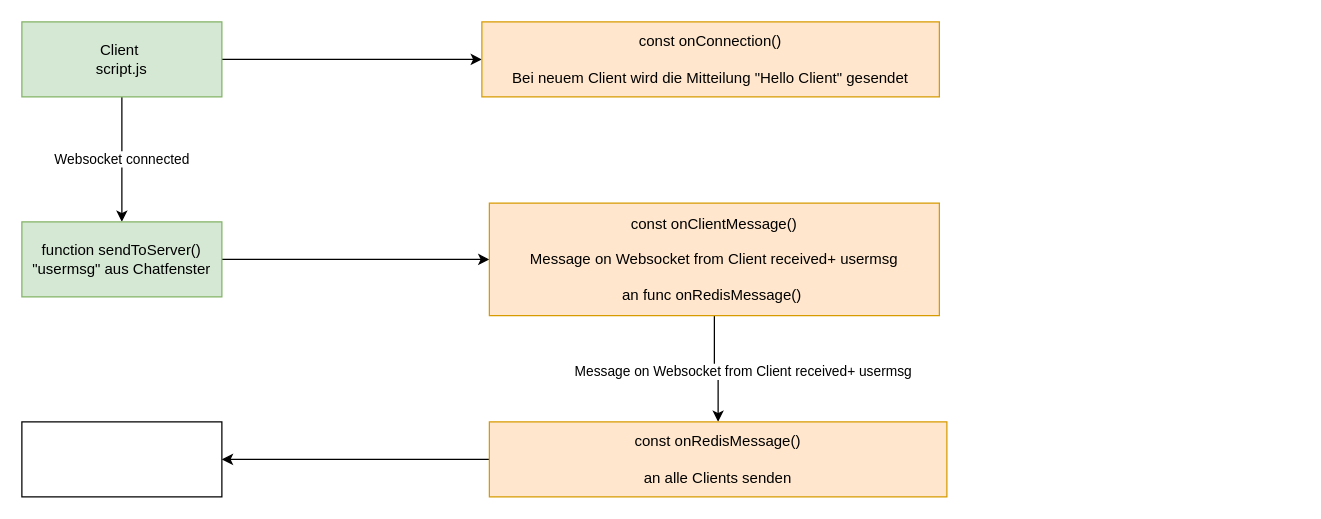
This is Prinzipschema.drawio from Chris-Ke-6/57_chat_app, a draw.io file, before an edit. Source tidied: cells renumbered, new cells numbered last; positions are measured from the earlier drawing's top-left corner, leaving out a move shared by most shapes. Both pictures are drawn from the tidied source at 125%, with x=0, y=0 at pixel (21, 21).
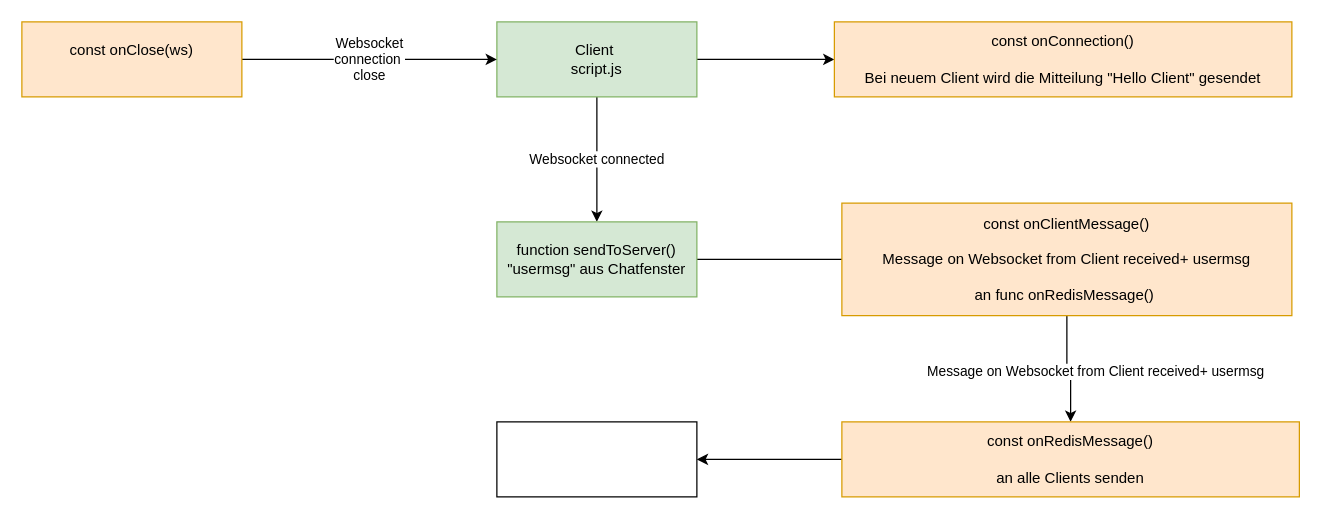
Above is the later version.

The edit, as a diff of the source:
```diff
@@
 <mxGraphModel>
   <root>
     <mxCell id="0" />
     <mxCell id="1" parent="0" />
     <mxCell id="2" value="Websocket connected" style="edgeStyle=orthogonalEdgeStyle;rounded=0;jettySize=auto;html=1;entryX=0.5;entryY=0;entryDx=0;entryDy=0;" parent="1" edge="1" source="4" target="6">
       <mxGeometry relative="1" as="geometry" />
     </mxCell>
     <mxCell id="3" style="edgeStyle=orthogonalEdgeStyle;rounded=0;jettySize=auto;html=1;" parent="1" edge="1" source="4" target="12">
       <mxGeometry relative="1" as="geometry" />
     </mxCell>
     <mxCell id="4" value="Client&amp;nbsp;&lt;br&gt;script.js" style="rounded=0;whiteSpace=wrap;html=1;fillColor=#d5e8d4;strokeColor=#82b366;" parent="1" vertex="1">
-      <mxGeometry width="160" height="60" as="geometry" />
+      <mxGeometry x="380" width="160" height="60" as="geometry" />
     </mxCell>
     <mxCell id="5" style="edgeStyle=orthogonalEdgeStyle;rounded=0;jettySize=auto;html=1;exitX=1;exitY=0.5;exitDx=0;exitDy=0;entryX=0;entryY=0.5;entryDx=0;entryDy=0;" parent="1" edge="1" source="6" target="8">
       <mxGeometry relative="1" as="geometry">
         <Array as="points">
-          <mxPoint x="320" y="190" />
-          <mxPoint x="320" y="190" />
+          <mxPoint x="700" y="190" />
+          <mxPoint x="700" y="190" />
         </Array>
       </mxGeometry>
     </mxCell>
     <mxCell id="6" value="function sendToServer()&lt;br&gt;&quot;usermsg&quot; aus Chatfenster" style="rounded=0;whiteSpace=wrap;html=1;fillColor=#d5e8d4;strokeColor=#82b366;" parent="1" vertex="1">
-      <mxGeometry y="160" width="160" height="60" as="geometry" />
+      <mxGeometry x="380" y="160" width="160" height="60" as="geometry" />
     </mxCell>
     <mxCell id="7" value="Message on Websocket from Client received+ usermsg" style="edgeStyle=orthogonalEdgeStyle;rounded=0;jettySize=auto;html=1;" parent="1" edge="1" source="8" target="10">
       <mxGeometry x="0.08" y="20" relative="1" as="geometry" />
     </mxCell>
     <mxCell id="8" value="const onClientMessage()&lt;br&gt;&lt;br&gt;Message on Websocket from Client received+ usermsg&lt;br&gt;&lt;br&gt;an func onRedisMessage()&amp;nbsp;" style="rounded=0;whiteSpace=wrap;html=1;fillColor=#ffe6cc;strokeColor=#d79b00;" parent="1" vertex="1">
-      <mxGeometry x="374" y="145" width="360" height="90" as="geometry" />
+      <mxGeometry x="656" y="145" width="360" height="90" as="geometry" />
     </mxCell>
     <mxCell id="9" style="edgeStyle=orthogonalEdgeStyle;rounded=0;jettySize=auto;html=1;exitX=0;exitY=0.5;exitDx=0;exitDy=0;entryX=1;entryY=0.5;entryDx=0;entryDy=0;" parent="1" edge="1" source="10" target="11">
       <mxGeometry relative="1" as="geometry" />
     </mxCell>
     <mxCell id="10" value="const onRedisMessage()&lt;br&gt;&lt;br&gt;an alle Clients senden" style="rounded=0;whiteSpace=wrap;html=1;fillColor=#ffe6cc;strokeColor=#d79b00;" parent="1" vertex="1">
-      <mxGeometry x="374" y="320" width="366" height="60" as="geometry" />
+      <mxGeometry x="656" y="320" width="366" height="60" as="geometry" />
     </mxCell>
     <mxCell id="11" style="rounded=0;whiteSpace=wrap;html=1;" parent="1" vertex="1">
-      <mxGeometry y="320" width="160" height="60" as="geometry" />
+      <mxGeometry x="380" y="320" width="160" height="60" as="geometry" />
     </mxCell>
     <mxCell id="12" value="const onConnection()&lt;br&gt;&lt;br&gt;Bei neuem Client wird die Mitteilung &quot;Hello Client&quot; gesendet&lt;br&gt;" style="rounded=0;whiteSpace=wrap;html=1;fillColor=#ffe6cc;strokeColor=#d79b00;" parent="1" vertex="1">
-      <mxGeometry x="368" width="366" height="60" as="geometry" />
+      <mxGeometry x="650" width="366" height="60" as="geometry" />
     </mxCell>
+    <mxCell id="13" value="Websocket &lt;br&gt;connection&amp;nbsp;&lt;br&gt;close" style="edgeStyle=orthogonalEdgeStyle;rounded=0;jettySize=auto;html=1;" parent="1" edge="1" source="14" target="4">
+      <mxGeometry relative="1" as="geometry" />
+    </mxCell>
+    <mxCell id="14" value="const onClose(ws)&lt;br&gt;&lt;br&gt;" style="rounded=0;whiteSpace=wrap;html=1;fillColor=#ffe6cc;strokeColor=#d79b00;" parent="1" vertex="1">
+      <mxGeometry width="176" height="60" as="geometry" />
+    </mxCell>
   </root>
 </mxGraphModel>
```
